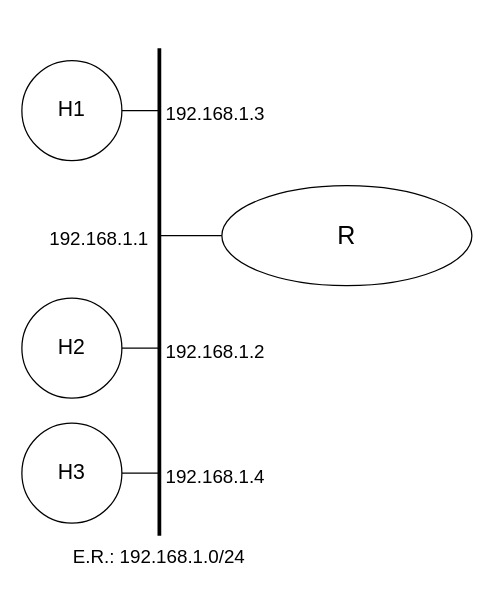
This is docs/files/topologia_experimento5.drawio from markinlimac/monografia-redes, a draw.io file, before an edit. Source tidied: cells renumbered, new cells numbered last; positions are measured from the earlier drawing's top-left corner, leaving out a move shared by most shapes. Both pictures are drawn from the tidied source at 125%, with x=0, y=0 at pixel (21, 48).
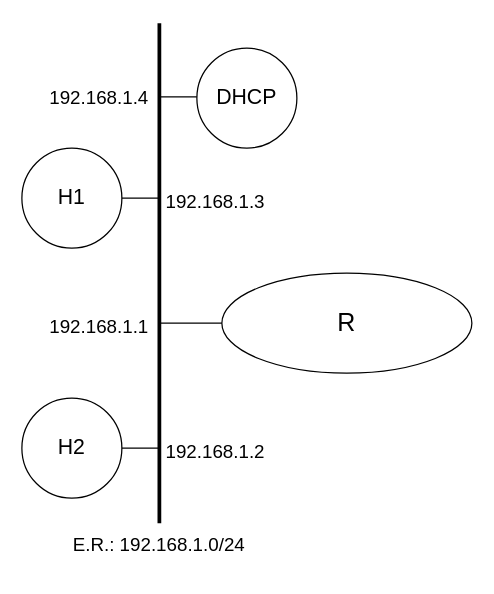
After the change.

Change to the diagram source:
```diff
@@
-    <mxCell id="2" style="endArrow=none;html=1;rounded=0;strokeWidth=3;" parent="1" edge="1">
-      <mxGeometry relative="1" as="geometry">
-        <mxPoint x="110" y="390" as="sourcePoint" />
-        <mxPoint x="110" as="targetPoint" />
-      </mxGeometry>
-    </mxCell>
+    <mxCell id="16" style="endArrow=none;html=1;rounded=0;strokeWidth=3;" parent="1" edge="1">
+      <mxGeometry relative="1" as="geometry">
+        <mxPoint x="110" y="380" as="sourcePoint" />
+        <mxPoint x="110" y="-20" as="targetPoint" />
+      </mxGeometry>
+    </mxCell>
     <mxCell id="3" value="&lt;font style=&quot;font-size: 17px;&quot;&gt;H1&lt;/font&gt;" style="ellipse;whiteSpace=wrap;html=1;" parent="1" vertex="1">
-      <mxGeometry y="10" width="80" height="80" as="geometry" />
+      <mxGeometry y="80" width="80" height="80" as="geometry" />
     </mxCell>
-    <mxCell id="4" style="endArrow=none;html=1;rounded=0;strokeWidth=1;" parent="1" edge="1">
-      <mxGeometry relative="1" as="geometry">
-        <mxPoint x="80" y="50" as="sourcePoint" />
-        <mxPoint x="110" y="50" as="targetPoint" />
-      </mxGeometry>
-    </mxCell>
+    <mxCell id="17" style="endArrow=none;html=1;rounded=0;strokeWidth=1;" parent="1" edge="1">
+      <mxGeometry relative="1" as="geometry">
+        <mxPoint x="80" y="120" as="sourcePoint" />
+        <mxPoint x="110" y="120" as="targetPoint" />
+      </mxGeometry>
+    </mxCell>
     <mxCell id="5" value="&lt;font style=&quot;font-size: 17px;&quot;&gt;H2&lt;/font&gt;" style="ellipse;whiteSpace=wrap;html=1;" parent="1" vertex="1">
-      <mxGeometry y="200" width="80" height="80" as="geometry" />
+      <mxGeometry y="280" width="80" height="80" as="geometry" />
     </mxCell>
-    <mxCell id="6" style="endArrow=none;html=1;rounded=0;strokeWidth=1;" parent="1" edge="1">
-      <mxGeometry relative="1" as="geometry">
-        <mxPoint x="80" y="240" as="sourcePoint" />
-        <mxPoint x="110" y="240" as="targetPoint" />
-      </mxGeometry>
-    </mxCell>
+    <mxCell id="18" style="endArrow=none;html=1;rounded=0;strokeWidth=1;" parent="1" edge="1">
+      <mxGeometry relative="1" as="geometry">
+        <mxPoint x="80" y="320" as="sourcePoint" />
+        <mxPoint x="110" y="320" as="targetPoint" />
+      </mxGeometry>
+    </mxCell>
     <mxCell id="7" value="&lt;font style=&quot;font-size: 20px;&quot;&gt;R&lt;/font&gt;" style="ellipse;whiteSpace=wrap;html=1;fontSize=17;" parent="1" vertex="1">
-      <mxGeometry x="160" y="110" width="200" height="80" as="geometry" />
+      <mxGeometry x="160" y="180" width="200" height="80" as="geometry" />
     </mxCell>
-    <mxCell id="8" style="endArrow=none;html=1;rounded=0;fontSize=17;strokeWidth=1;entryX=0;entryY=0.5;entryDx=0;entryDy=0;" parent="1" edge="1" target="7">
-      <mxGeometry relative="1" as="geometry">
-        <mxPoint x="110" y="150" as="sourcePoint" />
-      </mxGeometry>
-    </mxCell>
+    <mxCell id="19" style="endArrow=none;html=1;rounded=0;fontSize=17;strokeWidth=1;entryX=0;entryY=0.5;entryDx=0;entryDy=0;" parent="1" edge="1" target="7">
+      <mxGeometry relative="1" as="geometry">
+        <mxPoint x="110" y="220" as="sourcePoint" />
+      </mxGeometry>
+    </mxCell>
     <mxCell id="9" value="&lt;font style=&quot;font-size: 15px;&quot;&gt;192.168.1.3&lt;br&gt;&lt;/font&gt;" style="text;html=1;strokeColor=none;fillColor=none;align=center;verticalAlign=middle;whiteSpace=wrap;rounded=0;fontSize=20;" parent="1" vertex="1">
-      <mxGeometry x="115" y="35" width="80" height="30" as="geometry" />
+      <mxGeometry x="115" y="105" width="80" height="30" as="geometry" />
     </mxCell>
     <mxCell id="10" value="&lt;font style=&quot;font-size: 15px;&quot;&gt;192.168.1.2&lt;br&gt;&lt;/font&gt;" style="text;html=1;strokeColor=none;fillColor=none;align=center;verticalAlign=middle;whiteSpace=wrap;rounded=0;fontSize=20;" parent="1" vertex="1">
-      <mxGeometry x="115" y="225" width="80" height="30" as="geometry" />
+      <mxGeometry x="115" y="305" width="80" height="30" as="geometry" />
     </mxCell>
     <mxCell id="11" value="&lt;font style=&quot;font-size: 15px;&quot;&gt;192.168.1.1&lt;br&gt;&lt;/font&gt;" style="text;html=1;strokeColor=none;fillColor=none;align=center;verticalAlign=middle;whiteSpace=wrap;rounded=0;fontSize=20;" parent="1" vertex="1">
-      <mxGeometry x="22" y="135" width="80" height="30" as="geometry" />
+      <mxGeometry x="22" y="205" width="80" height="30" as="geometry" />
     </mxCell>
     <mxCell id="12" value="&lt;font style=&quot;font-size: 15px;&quot;&gt;E.R.: 192.168.1.0/24&lt;br&gt;&lt;/font&gt;" style="text;html=1;strokeColor=none;fillColor=none;align=center;verticalAlign=middle;whiteSpace=wrap;rounded=0;fontSize=20;" parent="1" vertex="1">
-      <mxGeometry x="40" y="389" width="140" height="30" as="geometry" />
+      <mxGeometry x="40" y="380" width="140" height="30" as="geometry" />
     </mxCell>
-    <mxCell id="13" value="&lt;font style=&quot;font-size: 17px;&quot;&gt;H3&lt;/font&gt;" style="ellipse;whiteSpace=wrap;html=1;" parent="1" vertex="1">
-      <mxGeometry y="300" width="80" height="80" as="geometry" />
-    </mxCell>
-    <mxCell id="14" style="endArrow=none;html=1;rounded=0;strokeWidth=1;" parent="1" edge="1">
-      <mxGeometry relative="1" as="geometry">
-        <mxPoint x="80" y="340" as="sourcePoint" />
-        <mxPoint x="110" y="340" as="targetPoint" />
-      </mxGeometry>
-    </mxCell>
+    <mxCell id="20" value="&lt;span style=&quot;font-size: 17px;&quot;&gt;DHCP&lt;/span&gt;" style="ellipse;whiteSpace=wrap;html=1;" parent="1" vertex="1">
+      <mxGeometry x="140" width="80" height="80" as="geometry" />
+    </mxCell>
     <mxCell id="15" value="&lt;font style=&quot;font-size: 15px;&quot;&gt;192.168.1.4&lt;br&gt;&lt;/font&gt;" style="text;html=1;strokeColor=none;fillColor=none;align=center;verticalAlign=middle;whiteSpace=wrap;rounded=0;fontSize=20;" parent="1" vertex="1">
-      <mxGeometry x="115" y="325" width="80" height="30" as="geometry" />
+      <mxGeometry x="22" y="22" width="80" height="30" as="geometry" />
     </mxCell>
+    <mxCell id="21" style="endArrow=none;html=1;rounded=0;strokeWidth=1;" parent="1" edge="1">
+      <mxGeometry x="0.07" y="40" relative="1" as="geometry">
+        <mxPoint x="110" y="39" as="sourcePoint" />
+        <mxPoint x="140" y="39" as="targetPoint" />
+      </mxGeometry>
+    </mxCell>
```
